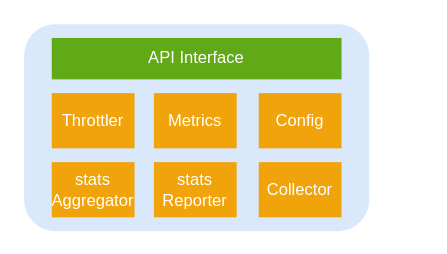
Earlier version of the draw.io diagram falken-generic-lib.drawio (sugchand/drawio). Source tidied: cells renumbered, new cells numbered last; positions are measured from the earlier drawing's top-left corner, leaving out a move shared by most shapes. Both pictures are drawn from the tidied source at 138%, with x=0, y=0 at pixel (23, 23).
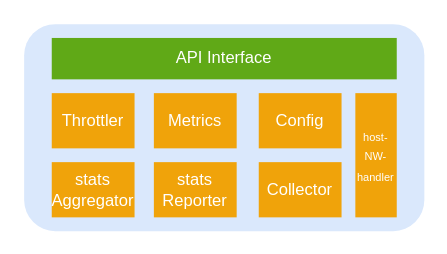
The same diagram, later.

The edit, as a diff of the source:
```diff
@@
 <mxGraphModel>
   <root>
     <mxCell id="0" />
     <mxCell id="1" parent="0" />
     <mxCell id="2" style="rounded=1;whiteSpace=wrap;html=1;fillColor=#dae8fc;strokeColor=none;" parent="1" vertex="1">
-      <mxGeometry width="250" height="150" as="geometry" />
+      <mxGeometry width="290" height="150" as="geometry" />
     </mxCell>
     <mxCell id="3" value="API Interface" style="rounded=0;whiteSpace=wrap;html=1;fillColor=#60a917;fontColor=#ffffff;strokeColor=none;" parent="1" vertex="1">
-      <mxGeometry x="20" y="10" width="210" height="30" as="geometry" />
+      <mxGeometry x="20" y="10" width="250" height="30" as="geometry" />
     </mxCell>
     <mxCell id="4" value="Throttler" style="rounded=0;whiteSpace=wrap;html=1;fillColor=#f0a30a;fontColor=#ffffff;strokeColor=none;" parent="1" vertex="1">
       <mxGeometry x="20" y="50" width="60" height="40" as="geometry" />
     </mxCell>
     <mxCell id="5" value="Metrics" style="rounded=0;whiteSpace=wrap;html=1;fillColor=#f0a30a;fontColor=#ffffff;strokeColor=none;" parent="1" vertex="1">
       <mxGeometry x="94" y="50" width="60" height="40" as="geometry" />
     </mxCell>
     <mxCell id="6" value="stats Aggregator" style="rounded=0;whiteSpace=wrap;html=1;fillColor=#f0a30a;fontColor=#ffffff;strokeColor=none;" parent="1" vertex="1">
       <mxGeometry x="20" y="100" width="60" height="40" as="geometry" />
     </mxCell>
     <mxCell id="7" value="Config" style="rounded=0;whiteSpace=wrap;html=1;fillColor=#f0a30a;fontColor=#ffffff;strokeColor=none;" parent="1" vertex="1">
       <mxGeometry x="170" y="50" width="60" height="40" as="geometry" />
     </mxCell>
     <mxCell id="8" value="Collector" style="rounded=0;whiteSpace=wrap;html=1;fillColor=#f0a30a;fontColor=#ffffff;strokeColor=none;" parent="1" vertex="1">
       <mxGeometry x="170" y="100" width="60" height="40" as="geometry" />
     </mxCell>
     <mxCell id="9" value="stats Reporter" style="rounded=0;whiteSpace=wrap;html=1;fillColor=#f0a30a;fontColor=#ffffff;strokeColor=none;" parent="1" vertex="1">
       <mxGeometry x="94" y="100" width="60" height="40" as="geometry" />
     </mxCell>
+    <mxCell id="10" value="&lt;font style=&quot;font-size: 8px&quot;&gt;host-NW-handler&lt;/font&gt;" style="rounded=0;whiteSpace=wrap;html=1;fillColor=#f0a30a;fontColor=#ffffff;strokeColor=none;" parent="1" vertex="1">
+      <mxGeometry x="240" y="50" width="30" height="90" as="geometry" />
+    </mxCell>
   </root>
 </mxGraphModel>
```
